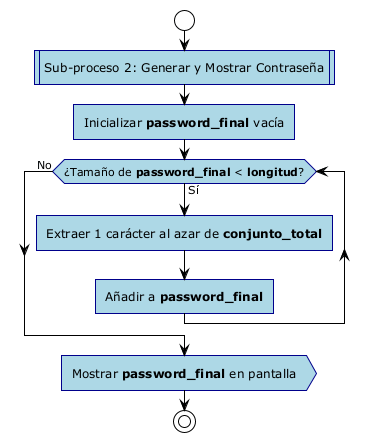
Earlier version of the PlantUML export diagrama-sub2.png (nelsonmarro/generador_password_py). Its diagram source:
```plantuml
@startuml
!theme plain
skinparam roundcorner 0
skinparam activity {
  BackgroundColor lightblue
  BorderColor darkblue
  ArrowColor black
}

start
:Sub-proceso 2: Generar y Mostrar Contraseña; <<procedure>>

:Inicializar **password_final** vacía;

while (¿Tamaño de **password_final** < **longitud**?) is (Sí)
  :Extraer 1 carácter al azar de **conjunto_total**;
  :Añadir a **password_final**;
endwhile (No)

:Mostrar **password_final** en pantalla; <<output>>

stop
@enduml
```
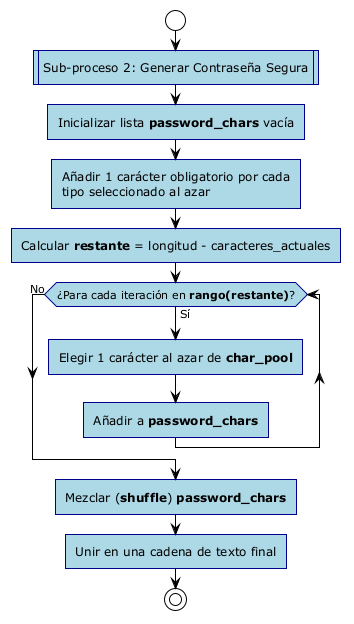
After the change.

Diff of the diagram source:
```diff
@@ -8,16 +8,22 @@
 }
 
 start
-:Sub-proceso 2: Generar y Mostrar Contraseña; <<procedure>>
+:Sub-proceso 2: Generar Contraseña Segura; <<procedure>>
 
-:Inicializar **password_final** vacía;
+:Inicializar lista **password_chars** vacía;
 
-while (¿Tamaño de **password_final** < **longitud**?) is (Sí)
-  :Extraer 1 carácter al azar de **conjunto_total**;
-  :Añadir a **password_final**;
+:Añadir 1 carácter obligatorio por cada\ntipo seleccionado al azar;
+
+:Calcular **restante** = longitud - caracteres_actuales;
+
+while (¿Para cada iteración en **rango(restante)**?) is (Sí)
+  :Elegir 1 carácter al azar de **char_pool**;
+  :Añadir a **password_chars**;
 endwhile (No)
 
-:Mostrar **password_final** en pantalla; <<output>>
+:Mezclar (**shuffle**) **password_chars**;
+
+:Unir en una cadena de texto final;
 
 stop
 @enduml
```
